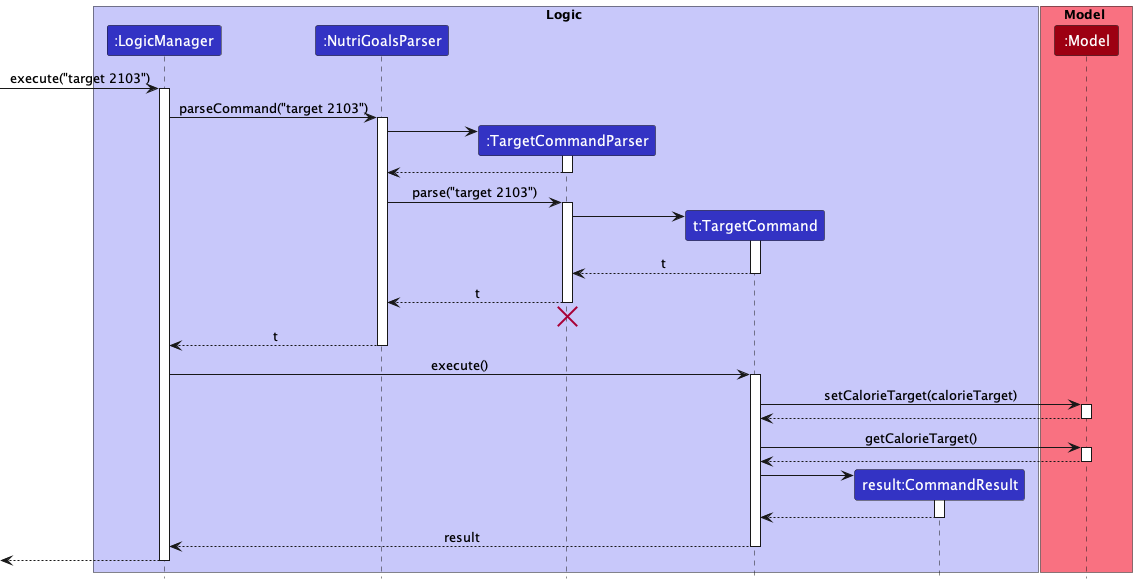
Above: docs/images/TargetSequenceDiagram.png in nus-cs2103-AY2223S1/tp (PlantUML), before the change.
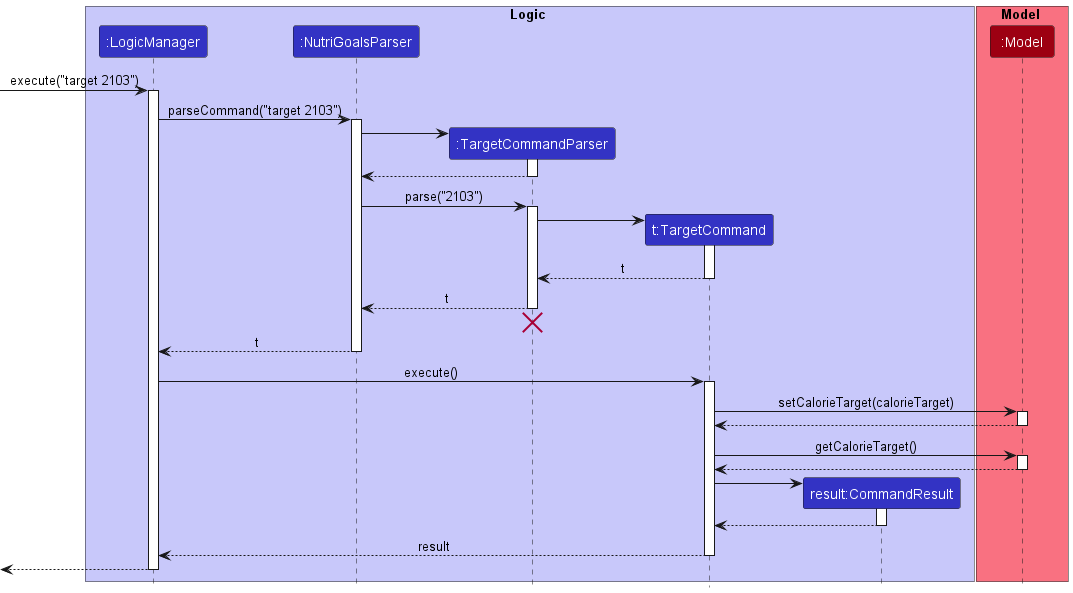
Above is the later version.

The edit, as a diff of the source:
```diff
@@ -26,7 +26,7 @@
 TargetCommandParser --> NutriGoalsParser
 deactivate TargetCommandParser
 
-NutriGoalsParser -> TargetCommandParser : parse("$userInput")
+NutriGoalsParser -> TargetCommandParser : parse("2103")
 activate TargetCommandParser
 
 create TargetCommand
```
